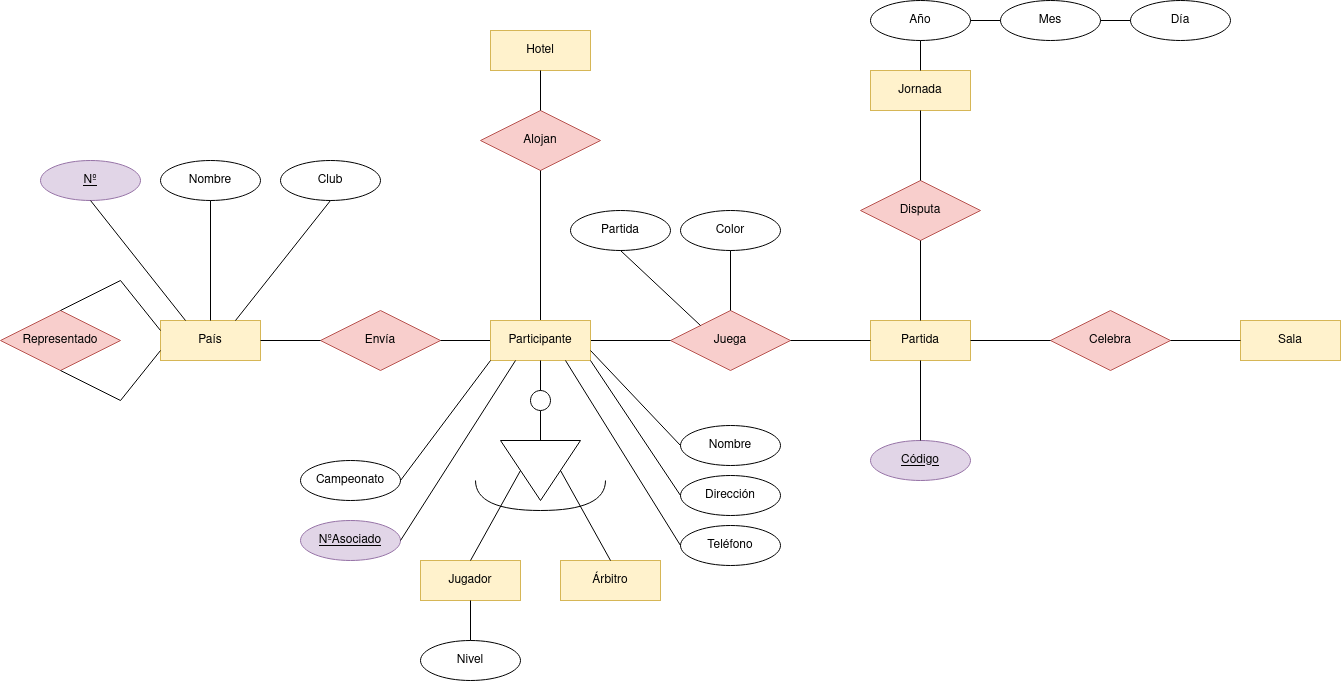
Before: TAREAS/Tareas clase/E-R/E-R Campeonato del mundo ajedrez.drawio.png, a diagram exported from draw.io (samugd17/base-datos-bae-). Source tidied: cells renumbered, new cells last; positions are measured from the earlier drawing's top-left corner, leaving out a move shared by most shapes.
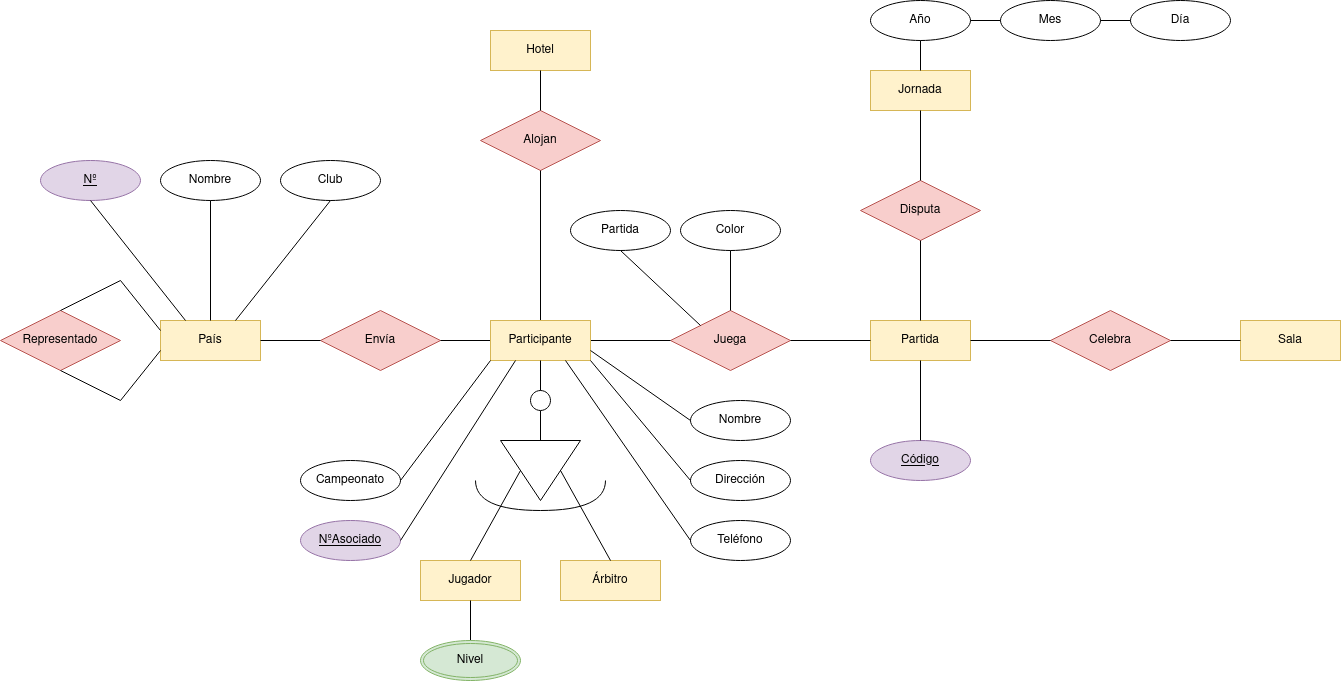
After the change.

Diff of the diagram source:
```diff
@@ -110,13 +110,13 @@
       <mxGeometry relative="1" as="geometry" />
     </mxCell>
     <mxCell id="35" value="Nombre" style="ellipse;whiteSpace=wrap;html=1;align=center;" parent="1" vertex="1">
-      <mxGeometry x="680" y="425" width="100" height="40" as="geometry" />
+      <mxGeometry x="690" y="400" width="100" height="40" as="geometry" />
     </mxCell>
     <mxCell id="36" value="Dirección" style="ellipse;whiteSpace=wrap;html=1;align=center;" parent="1" vertex="1">
-      <mxGeometry x="680" y="475" width="100" height="40" as="geometry" />
+      <mxGeometry x="690" y="460" width="100" height="40" as="geometry" />
     </mxCell>
     <mxCell id="37" value="Teléfono" style="ellipse;whiteSpace=wrap;html=1;align=center;" parent="1" vertex="1">
-      <mxGeometry x="680" y="525" width="100" height="40" as="geometry" />
+      <mxGeometry x="690" y="520" width="100" height="40" as="geometry" />
     </mxCell>
     <mxCell id="38" value="Campeonato" style="ellipse;whiteSpace=wrap;html=1;align=center;" parent="1" vertex="1">
       <mxGeometry x="300" y="460" width="100" height="40" as="geometry" />
@@ -124,9 +124,6 @@
     <mxCell id="39" value="NºAsociado" style="ellipse;whiteSpace=wrap;html=1;align=center;fontStyle=4;fillColor=#e1d5e7;strokeColor=#9673a6;" parent="1" vertex="1">
       <mxGeometry x="300" y="520" width="100" height="40" as="geometry" />
     </mxCell>
-    <mxCell id="40" value="Nivel" style="ellipse;whiteSpace=wrap;html=1;align=center;" parent="1" vertex="1">
-      <mxGeometry x="420" y="640" width="100" height="40" as="geometry" />
-    </mxCell>
     <mxCell id="41" style="endArrow=none;html=1;rounded=0;entryX=0.5;entryY=1;entryDx=0;entryDy=0;exitX=0.5;exitY=0;exitDx=0;exitDy=0;" parent="1" edge="1" source="40" target="2">
       <mxGeometry relative="1" as="geometry" />
     </mxCell>
@@ -199,5 +196,8 @@
     <mxCell id="64" style="endArrow=none;html=1;rounded=0;entryX=0.5;entryY=0;entryDx=0;entryDy=0;exitX=0.5;exitY=1;exitDx=0;exitDy=0;" parent="1" edge="1" source="59" target="15">
       <mxGeometry relative="1" as="geometry" />
     </mxCell>
+    <mxCell id="40" value="Nivel" style="ellipse;shape=doubleEllipse;margin=3;whiteSpace=wrap;html=1;align=center;fillColor=#d5e8d4;strokeColor=#82b366;" parent="1" vertex="1">
+      <mxGeometry x="420" y="640" width="100" height="40" as="geometry" />
+    </mxCell>
   </root>
 </mxGraphModel>
```
